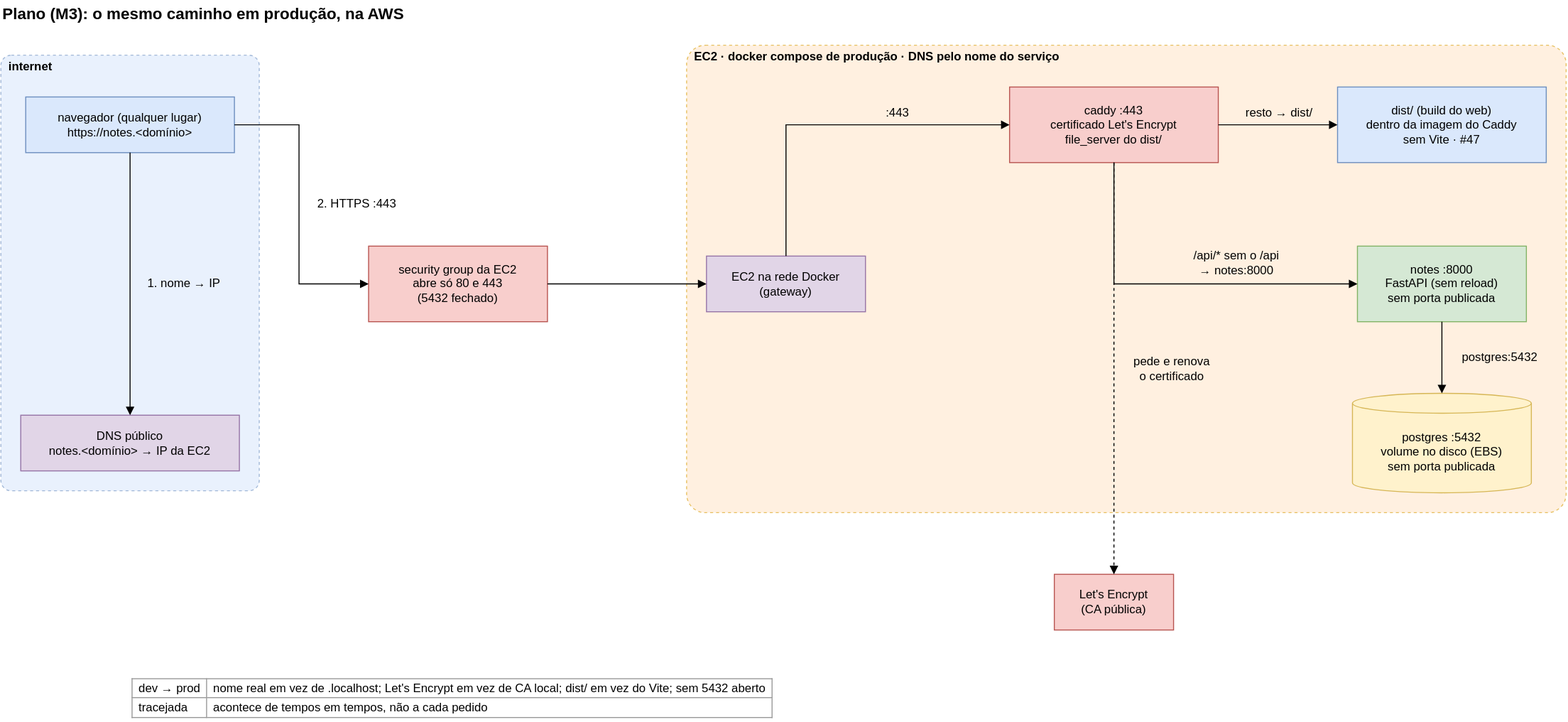
This is ai/obsidian/Plano do projeto/Issues feitas/Figuras/caddy-em-producao.drawio.svg from LuccaRh/NoteProject, a draw.io export, as it was before one commit. Source tidied: cells renumbered, new cells last; positions are measured from the earlier drawing's top-left corner, leaving out a move shared by most shapes. Source of this version:
```xml
<mxGraphModel background="#ffffff">
  <root>
    <mxCell id="0" />
    <mxCell id="1" parent="0" />
    <mxCell id="2" value="Plano (M3): o mesmo caminho em produção, na AWS" style="text;html=1;align=left;verticalAlign=middle;fontSize=16;fontStyle=1;" parent="1" vertex="1">
      <mxGeometry width="448" height="26" as="geometry" />
    </mxCell>
    <mxCell id="3" style="rounded=1;arcSize=4;dashed=1;html=1;fontSize=12;fillColor=#ffe6cc;strokeColor=#d79b00;opacity=60;" parent="1" vertex="1">
      <mxGeometry x="690" y="45" width="885" height="470" as="geometry" />
    </mxCell>
    <mxCell id="4" style="rounded=1;arcSize=4;dashed=1;html=1;fontSize=12;fillColor=#dae8fc;strokeColor=#6c8ebf;opacity=60;" parent="1" vertex="1">
      <mxGeometry y="55" width="260" height="438" as="geometry" />
    </mxCell>
    <mxCell id="5" value="navegador (qualquer lugar)&lt;br&gt;https://notes.&amp;lt;domínio&amp;gt;" style="html=1;whiteSpace=wrap;fontSize=12;rounded=0;fillColor=#dae8fc;strokeColor=#6c8ebf;" parent="1" vertex="1">
      <mxGeometry x="25" y="97" width="210" height="56" as="geometry" />
    </mxCell>
    <mxCell id="6" value="DNS público&lt;br&gt;notes.&amp;lt;domínio&amp;gt; → IP da EC2" style="html=1;whiteSpace=wrap;fontSize=12;rounded=0;fillColor=#e1d5e7;strokeColor=#9673a6;" parent="1" vertex="1">
      <mxGeometry x="20" y="417" width="220" height="56" as="geometry" />
    </mxCell>
    <mxCell id="7" value="security group da EC2&lt;br&gt;abre só 80 e 443&lt;br&gt;(5432 fechado)" style="html=1;whiteSpace=wrap;fontSize=12;rounded=0;fillColor=#f8cecc;strokeColor=#b85450;" parent="1" vertex="1">
      <mxGeometry x="370" y="247" width="180" height="76" as="geometry" />
    </mxCell>
    <mxCell id="8" value="EC2 na rede Docker&lt;br&gt;(gateway)" style="html=1;whiteSpace=wrap;fontSize=12;rounded=0;fillColor=#e1d5e7;strokeColor=#9673a6;" parent="1" vertex="1">
      <mxGeometry x="710" y="257" width="160" height="56" as="geometry" />
    </mxCell>
    <mxCell id="9" value="caddy :443&lt;br&gt;certificado Let's Encrypt&lt;br&gt;file_server do dist/" style="html=1;whiteSpace=wrap;fontSize=12;rounded=0;fillColor=#f8cecc;strokeColor=#b85450;" parent="1" vertex="1">
      <mxGeometry x="1015" y="87" width="210" height="76" as="geometry" />
    </mxCell>
    <mxCell id="10" value="dist/ (build do web)&lt;br&gt;dentro da imagem do Caddy&lt;br&gt;sem Vite · #47" style="html=1;whiteSpace=wrap;fontSize=12;rounded=0;fillColor=#dae8fc;strokeColor=#6c8ebf;" parent="1" vertex="1">
      <mxGeometry x="1345" y="87" width="210" height="76" as="geometry" />
    </mxCell>
    <mxCell id="11" value="notes :8000&lt;br&gt;FastAPI (sem reload)&lt;br&gt;sem porta publicada" style="html=1;whiteSpace=wrap;fontSize=12;rounded=0;fillColor=#d5e8d4;strokeColor=#82b366;" parent="1" vertex="1">
      <mxGeometry x="1365" y="247" width="170" height="76" as="geometry" />
    </mxCell>
    <mxCell id="12" value="postgres :5432&lt;br&gt;volume no disco (EBS)&lt;br&gt;sem porta publicada" style="html=1;whiteSpace=wrap;fontSize=12;shape=cylinder3;boundedLbl=1;backgroundOutline=1;size=10;fillColor=#fff2cc;strokeColor=#d6b656;" parent="1" vertex="1">
      <mxGeometry x="1360" y="395" width="180" height="100" as="geometry" />
    </mxCell>
    <mxCell id="13" value="Let's Encrypt&lt;br&gt;(CA pública)" style="html=1;whiteSpace=wrap;fontSize=12;rounded=0;fillColor=#f8cecc;strokeColor=#b85450;" parent="1" vertex="1">
      <mxGeometry x="1060" y="577" width="120" height="56" as="geometry" />
    </mxCell>
    <mxCell id="14" style="html=1;rounded=0;endArrow=block;endFill=1;startArrow=none;" parent="1" edge="1">
      <mxGeometry relative="1" as="geometry">
        <mxPoint x="130" y="153" as="sourcePoint" />
        <mxPoint x="130" y="417" as="targetPoint" />
      </mxGeometry>
    </mxCell>
    <mxCell id="15" style="html=1;rounded=0;endArrow=block;endFill=1;startArrow=none;" parent="1" edge="1">
      <mxGeometry relative="1" as="geometry">
        <mxPoint x="235" y="125" as="sourcePoint" />
        <mxPoint x="370" y="285" as="targetPoint" />
        <Array as="points">
          <mxPoint x="300" y="125" />
          <mxPoint x="300" y="285" />
        </Array>
      </mxGeometry>
    </mxCell>
    <mxCell id="16" style="html=1;rounded=0;endArrow=block;endFill=1;startArrow=none;" parent="1" edge="1">
      <mxGeometry relative="1" as="geometry">
        <mxPoint x="550" y="285" as="sourcePoint" />
        <mxPoint x="710" y="285" as="targetPoint" />
      </mxGeometry>
    </mxCell>
    <mxCell id="17" style="html=1;rounded=0;endArrow=block;endFill=1;startArrow=none;" parent="1" edge="1">
      <mxGeometry relative="1" as="geometry">
        <mxPoint x="790" y="257" as="sourcePoint" />
        <mxPoint x="1015" y="125" as="targetPoint" />
        <Array as="points">
          <mxPoint x="790" y="125" />
        </Array>
      </mxGeometry>
    </mxCell>
    <mxCell id="18" style="html=1;rounded=0;endArrow=block;endFill=1;startArrow=none;" parent="1" edge="1">
      <mxGeometry relative="1" as="geometry">
        <mxPoint x="1225" y="125" as="sourcePoint" />
        <mxPoint x="1345" y="125" as="targetPoint" />
      </mxGeometry>
    </mxCell>
    <mxCell id="19" style="html=1;rounded=0;endArrow=block;endFill=1;startArrow=none;" parent="1" edge="1">
      <mxGeometry relative="1" as="geometry">
        <mxPoint x="1120" y="163" as="sourcePoint" />
        <mxPoint x="1365" y="285" as="targetPoint" />
        <Array as="points">
          <mxPoint x="1120" y="285" />
        </Array>
      </mxGeometry>
    </mxCell>
    <mxCell id="20" style="html=1;rounded=0;endArrow=block;endFill=1;startArrow=none;" parent="1" edge="1">
      <mxGeometry relative="1" as="geometry">
        <mxPoint x="1450" y="323" as="sourcePoint" />
        <mxPoint x="1450" y="395" as="targetPoint" />
      </mxGeometry>
    </mxCell>
    <mxCell id="21" style="html=1;rounded=0;endArrow=block;endFill=1;startArrow=none;dashed=1;" parent="1" edge="1">
      <mxGeometry relative="1" as="geometry">
        <mxPoint x="1120" y="163" as="sourcePoint" />
        <mxPoint x="1120" y="577" as="targetPoint" />
      </mxGeometry>
    </mxCell>
    <mxCell id="22" value="&lt;b&gt;internet&lt;/b&gt;" style="text;html=1;align=left;verticalAlign=middle;fontSize=12;" parent="1" vertex="1">
      <mxGeometry x="6" y="58" width="72" height="18" as="geometry" />
    </mxCell>
    <mxCell id="23" value="&lt;b&gt;EC2 · docker compose de produção · DNS pelo nome do serviço&lt;/b&gt;" style="text;html=1;align=left;verticalAlign=middle;fontSize=12;" parent="1" vertex="1">
      <mxGeometry x="696" y="48" width="429" height="18" as="geometry" />
    </mxCell>
    <mxCell id="24" value="1. nome → IP" style="text;html=1;align=center;verticalAlign=middle;fontSize=12;" parent="1" vertex="1">
      <mxGeometry x="134" y="276" width="100" height="18" as="geometry" />
    </mxCell>
    <mxCell id="25" value="2. HTTPS :443" style="text;html=1;align=center;verticalAlign=middle;fontSize=12;" parent="1" vertex="1">
      <mxGeometry x="304" y="196" width="107" height="18" as="geometry" />
    </mxCell>
    <mxCell id="26" value=":443" style="text;html=1;align=center;verticalAlign=middle;fontSize=12;" parent="1" vertex="1">
      <mxGeometry x="880" y="104" width="44" height="18" as="geometry" />
    </mxCell>
    <mxCell id="27" value="resto → dist/" style="text;html=1;align=center;verticalAlign=middle;fontSize=12;" parent="1" vertex="1">
      <mxGeometry x="1232" y="104" width="107" height="18" as="geometry" />
    </mxCell>
    <mxCell id="28" value="/api/* sem o /api&lt;br&gt;→ notes:8000" style="text;html=1;align=center;verticalAlign=middle;fontSize=12;" parent="1" vertex="1">
      <mxGeometry x="1175" y="246" width="135" height="36" as="geometry" />
    </mxCell>
    <mxCell id="29" value="postgres:5432" style="text;html=1;align=center;verticalAlign=middle;fontSize=12;" parent="1" vertex="1">
      <mxGeometry x="1454" y="350" width="107" height="18" as="geometry" />
    </mxCell>
    <mxCell id="30" value="pede e renova&lt;br&gt;o certificado" style="text;html=1;align=center;verticalAlign=middle;fontSize=12;" parent="1" vertex="1">
      <mxGeometry x="1124" y="352" width="107" height="36" as="geometry" />
    </mxCell>
    <mxCell id="31" value="&lt;table style=&quot;border-collapse:collapse;font-size:12px&quot;&gt;&lt;tr&gt;&lt;td style=&quot;border:1px solid #999;padding:2px 6px;text-align:left&quot;&gt;dev → prod&lt;/td&gt;&lt;td style=&quot;border:1px solid #999;padding:2px 6px;text-align:left&quot;&gt;nome real em vez de .localhost; Let&amp;#x27;s Encrypt em vez de CA local; dist/ em vez do Vite; sem 5432 aberto&lt;/td&gt;&lt;/tr&gt;&lt;tr&gt;&lt;td style=&quot;border:1px solid #999;padding:2px 6px;text-align:left&quot;&gt;tracejada&lt;/td&gt;&lt;td style=&quot;border:1px solid #999;padding:2px 6px;text-align:left&quot;&gt;acontece de tempos em tempos, não a cada pedido&lt;/td&gt;&lt;/tr&gt;&lt;/table&gt;" style="text;html=1;align=left;verticalAlign=top;whiteSpace=wrap;fontSize=12;" parent="1" vertex="1">
      <mxGeometry x="130" y="675" width="843" height="50" as="geometry" />
    </mxCell>
  </root>
</mxGraphModel>
```
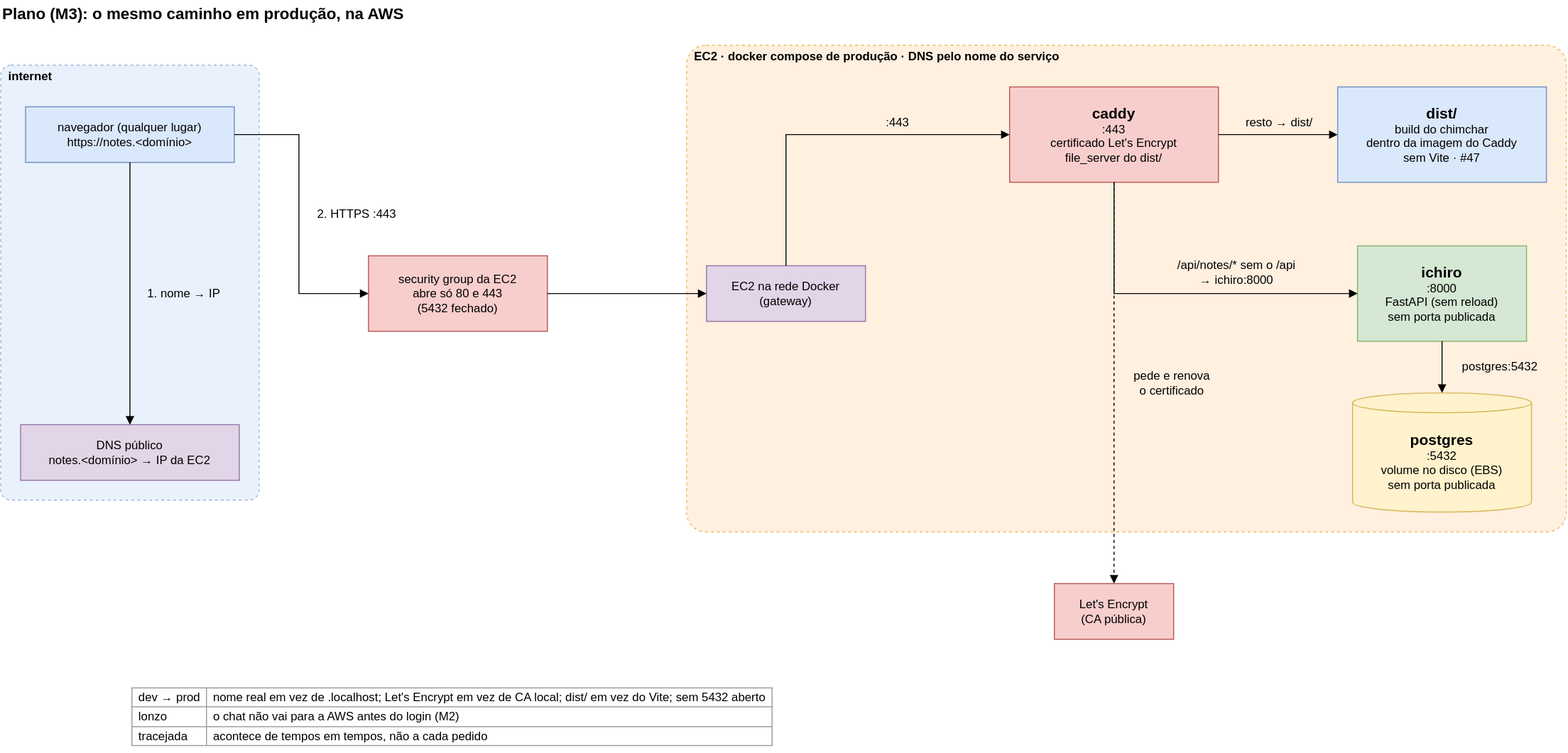
The same file after the commit.

The edit, as a diff of the source:
```diff
@@ -3,10 +3,10 @@
     <mxCell id="0" />
     <mxCell id="1" parent="0" />
     <mxCell id="2" value="Plano (M3): o mesmo caminho em produção, na AWS" style="text;html=1;align=left;verticalAlign=middle;fontSize=16;fontStyle=1;" parent="1" vertex="1">
-      <mxGeometry width="448" height="26" as="geometry" />
+      <mxGeometry y="-10" width="448" height="26" as="geometry" />
     </mxCell>
     <mxCell id="3" style="rounded=1;arcSize=4;dashed=1;html=1;fontSize=12;fillColor=#ffe6cc;strokeColor=#d79b00;opacity=60;" parent="1" vertex="1">
-      <mxGeometry x="690" y="45" width="885" height="470" as="geometry" />
+      <mxGeometry x="690" y="35" width="885" height="490" as="geometry" />
     </mxCell>
     <mxCell id="4" style="rounded=1;arcSize=4;dashed=1;html=1;fontSize=12;fillColor=#dae8fc;strokeColor=#6c8ebf;opacity=60;" parent="1" vertex="1">
       <mxGeometry y="55" width="260" height="438" as="geometry" />
@@ -23,17 +23,17 @@
     <mxCell id="8" value="EC2 na rede Docker&lt;br&gt;(gateway)" style="html=1;whiteSpace=wrap;fontSize=12;rounded=0;fillColor=#e1d5e7;strokeColor=#9673a6;" parent="1" vertex="1">
       <mxGeometry x="710" y="257" width="160" height="56" as="geometry" />
     </mxCell>
-    <mxCell id="9" value="caddy :443&lt;br&gt;certificado Let's Encrypt&lt;br&gt;file_server do dist/" style="html=1;whiteSpace=wrap;fontSize=12;rounded=0;fillColor=#f8cecc;strokeColor=#b85450;" parent="1" vertex="1">
-      <mxGeometry x="1015" y="87" width="210" height="76" as="geometry" />
+    <mxCell id="9" value="&lt;font style='font-size:15px'&gt;&lt;b&gt;caddy&lt;/b&gt;&lt;/font&gt;&lt;br&gt;:443&lt;br&gt;certificado Let's Encrypt&lt;br&gt;file_server do dist/" style="html=1;whiteSpace=wrap;fontSize=12;rounded=0;fillColor=#f8cecc;strokeColor=#b85450;" parent="1" vertex="1">
+      <mxGeometry x="1015" y="77" width="210" height="96" as="geometry" />
     </mxCell>
-    <mxCell id="10" value="dist/ (build do web)&lt;br&gt;dentro da imagem do Caddy&lt;br&gt;sem Vite · #47" style="html=1;whiteSpace=wrap;fontSize=12;rounded=0;fillColor=#dae8fc;strokeColor=#6c8ebf;" parent="1" vertex="1">
-      <mxGeometry x="1345" y="87" width="210" height="76" as="geometry" />
+    <mxCell id="10" value="&lt;font style='font-size:15px'&gt;&lt;b&gt;dist/&lt;/b&gt;&lt;/font&gt;&lt;br&gt;build do chimchar&lt;br&gt;dentro da imagem do Caddy&lt;br&gt;sem Vite · #47" style="html=1;whiteSpace=wrap;fontSize=12;rounded=0;fillColor=#dae8fc;strokeColor=#6c8ebf;" parent="1" vertex="1">
+      <mxGeometry x="1345" y="77" width="210" height="96" as="geometry" />
     </mxCell>
-    <mxCell id="11" value="notes :8000&lt;br&gt;FastAPI (sem reload)&lt;br&gt;sem porta publicada" style="html=1;whiteSpace=wrap;fontSize=12;rounded=0;fillColor=#d5e8d4;strokeColor=#82b366;" parent="1" vertex="1">
-      <mxGeometry x="1365" y="247" width="170" height="76" as="geometry" />
+    <mxCell id="11" value="&lt;font style='font-size:15px'&gt;&lt;b&gt;ichiro&lt;/b&gt;&lt;/font&gt;&lt;br&gt;:8000&lt;br&gt;FastAPI (sem reload)&lt;br&gt;sem porta publicada" style="html=1;whiteSpace=wrap;fontSize=12;rounded=0;fillColor=#d5e8d4;strokeColor=#82b366;" parent="1" vertex="1">
+      <mxGeometry x="1365" y="237" width="170" height="96" as="geometry" />
     </mxCell>
-    <mxCell id="12" value="postgres :5432&lt;br&gt;volume no disco (EBS)&lt;br&gt;sem porta publicada" style="html=1;whiteSpace=wrap;fontSize=12;shape=cylinder3;boundedLbl=1;backgroundOutline=1;size=10;fillColor=#fff2cc;strokeColor=#d6b656;" parent="1" vertex="1">
-      <mxGeometry x="1360" y="395" width="180" height="100" as="geometry" />
+    <mxCell id="12" value="&lt;font style='font-size:15px'&gt;&lt;b&gt;postgres&lt;/b&gt;&lt;/font&gt;&lt;br&gt;:5432&lt;br&gt;volume no disco (EBS)&lt;br&gt;sem porta publicada" style="html=1;whiteSpace=wrap;fontSize=12;shape=cylinder3;boundedLbl=1;backgroundOutline=1;size=10;fillColor=#fff2cc;strokeColor=#d6b656;" parent="1" vertex="1">
+      <mxGeometry x="1360" y="385" width="180" height="120" as="geometry" />
     </mxCell>
     <mxCell id="13" value="Let's Encrypt&lt;br&gt;(CA pública)" style="html=1;whiteSpace=wrap;fontSize=12;rounded=0;fillColor=#f8cecc;strokeColor=#b85450;" parent="1" vertex="1">
       <mxGeometry x="1060" y="577" width="120" height="56" as="geometry" />
@@ -77,7 +77,7 @@
     </mxCell>
     <mxCell id="19" style="html=1;rounded=0;endArrow=block;endFill=1;startArrow=none;" parent="1" edge="1">
       <mxGeometry relative="1" as="geometry">
-        <mxPoint x="1120" y="163" as="sourcePoint" />
+        <mxPoint x="1120" y="173" as="sourcePoint" />
         <mxPoint x="1365" y="285" as="targetPoint" />
         <Array as="points">
           <mxPoint x="1120" y="285" />
@@ -86,13 +86,13 @@
     </mxCell>
     <mxCell id="20" style="html=1;rounded=0;endArrow=block;endFill=1;startArrow=none;" parent="1" edge="1">
       <mxGeometry relative="1" as="geometry">
-        <mxPoint x="1450" y="323" as="sourcePoint" />
-        <mxPoint x="1450" y="395" as="targetPoint" />
+        <mxPoint x="1450" y="333" as="sourcePoint" />
+        <mxPoint x="1450" y="385" as="targetPoint" />
       </mxGeometry>
     </mxCell>
     <mxCell id="21" style="html=1;rounded=0;endArrow=block;endFill=1;startArrow=none;dashed=1;" parent="1" edge="1">
       <mxGeometry relative="1" as="geometry">
-        <mxPoint x="1120" y="163" as="sourcePoint" />
+        <mxPoint x="1120" y="173" as="sourcePoint" />
         <mxPoint x="1120" y="577" as="targetPoint" />
       </mxGeometry>
     </mxCell>
@@ -100,7 +100,7 @@
       <mxGeometry x="6" y="58" width="72" height="18" as="geometry" />
     </mxCell>
     <mxCell id="23" value="&lt;b&gt;EC2 · docker compose de produção · DNS pelo nome do serviço&lt;/b&gt;" style="text;html=1;align=left;verticalAlign=middle;fontSize=12;" parent="1" vertex="1">
-      <mxGeometry x="696" y="48" width="429" height="18" as="geometry" />
+      <mxGeometry x="696" y="38" width="429" height="18" as="geometry" />
     </mxCell>
     <mxCell id="24" value="1. nome → IP" style="text;html=1;align=center;verticalAlign=middle;fontSize=12;" parent="1" vertex="1">
       <mxGeometry x="134" y="276" width="100" height="18" as="geometry" />
@@ -114,17 +114,17 @@
     <mxCell id="27" value="resto → dist/" style="text;html=1;align=center;verticalAlign=middle;fontSize=12;" parent="1" vertex="1">
       <mxGeometry x="1232" y="104" width="107" height="18" as="geometry" />
     </mxCell>
-    <mxCell id="28" value="/api/* sem o /api&lt;br&gt;→ notes:8000" style="text;html=1;align=center;verticalAlign=middle;fontSize=12;" parent="1" vertex="1">
-      <mxGeometry x="1175" y="246" width="135" height="36" as="geometry" />
+    <mxCell id="28" value="/api/notes/* sem o /api&lt;br&gt;→ ichiro:8000" style="text;html=1;align=center;verticalAlign=middle;fontSize=12;" parent="1" vertex="1">
+      <mxGeometry x="1154" y="246" width="177" height="36" as="geometry" />
     </mxCell>
     <mxCell id="29" value="postgres:5432" style="text;html=1;align=center;verticalAlign=middle;fontSize=12;" parent="1" vertex="1">
       <mxGeometry x="1454" y="350" width="107" height="18" as="geometry" />
     </mxCell>
     <mxCell id="30" value="pede e renova&lt;br&gt;o certificado" style="text;html=1;align=center;verticalAlign=middle;fontSize=12;" parent="1" vertex="1">
-      <mxGeometry x="1124" y="352" width="107" height="36" as="geometry" />
+      <mxGeometry x="1124" y="357" width="107" height="36" as="geometry" />
     </mxCell>
-    <mxCell id="31" value="&lt;table style=&quot;border-collapse:collapse;font-size:12px&quot;&gt;&lt;tr&gt;&lt;td style=&quot;border:1px solid #999;padding:2px 6px;text-align:left&quot;&gt;dev → prod&lt;/td&gt;&lt;td style=&quot;border:1px solid #999;padding:2px 6px;text-align:left&quot;&gt;nome real em vez de .localhost; Let&amp;#x27;s Encrypt em vez de CA local; dist/ em vez do Vite; sem 5432 aberto&lt;/td&gt;&lt;/tr&gt;&lt;tr&gt;&lt;td style=&quot;border:1px solid #999;padding:2px 6px;text-align:left&quot;&gt;tracejada&lt;/td&gt;&lt;td style=&quot;border:1px solid #999;padding:2px 6px;text-align:left&quot;&gt;acontece de tempos em tempos, não a cada pedido&lt;/td&gt;&lt;/tr&gt;&lt;/table&gt;" style="text;html=1;align=left;verticalAlign=top;whiteSpace=wrap;fontSize=12;" parent="1" vertex="1">
-      <mxGeometry x="130" y="675" width="843" height="50" as="geometry" />
+    <mxCell id="31" value="&lt;table style=&quot;border-collapse:collapse;font-size:12px&quot;&gt;&lt;tr&gt;&lt;td style=&quot;border:1px solid #999;padding:2px 6px;text-align:left&quot;&gt;dev → prod&lt;/td&gt;&lt;td style=&quot;border:1px solid #999;padding:2px 6px;text-align:left&quot;&gt;nome real em vez de .localhost; Let&amp;#x27;s Encrypt em vez de CA local; dist/ em vez do Vite; sem 5432 aberto&lt;/td&gt;&lt;/tr&gt;&lt;tr&gt;&lt;td style=&quot;border:1px solid #999;padding:2px 6px;text-align:left&quot;&gt;lonzo&lt;/td&gt;&lt;td style=&quot;border:1px solid #999;padding:2px 6px;text-align:left&quot;&gt;o chat não vai para a AWS antes do login (M2)&lt;/td&gt;&lt;/tr&gt;&lt;tr&gt;&lt;td style=&quot;border:1px solid #999;padding:2px 6px;text-align:left&quot;&gt;tracejada&lt;/td&gt;&lt;td style=&quot;border:1px solid #999;padding:2px 6px;text-align:left&quot;&gt;acontece de tempos em tempos, não a cada pedido&lt;/td&gt;&lt;/tr&gt;&lt;/table&gt;" style="text;html=1;align=left;verticalAlign=top;whiteSpace=wrap;fontSize=12;" parent="1" vertex="1">
+      <mxGeometry x="130" y="675" width="843" height="72" as="geometry" />
     </mxCell>
   </root>
 </mxGraphModel>
```
